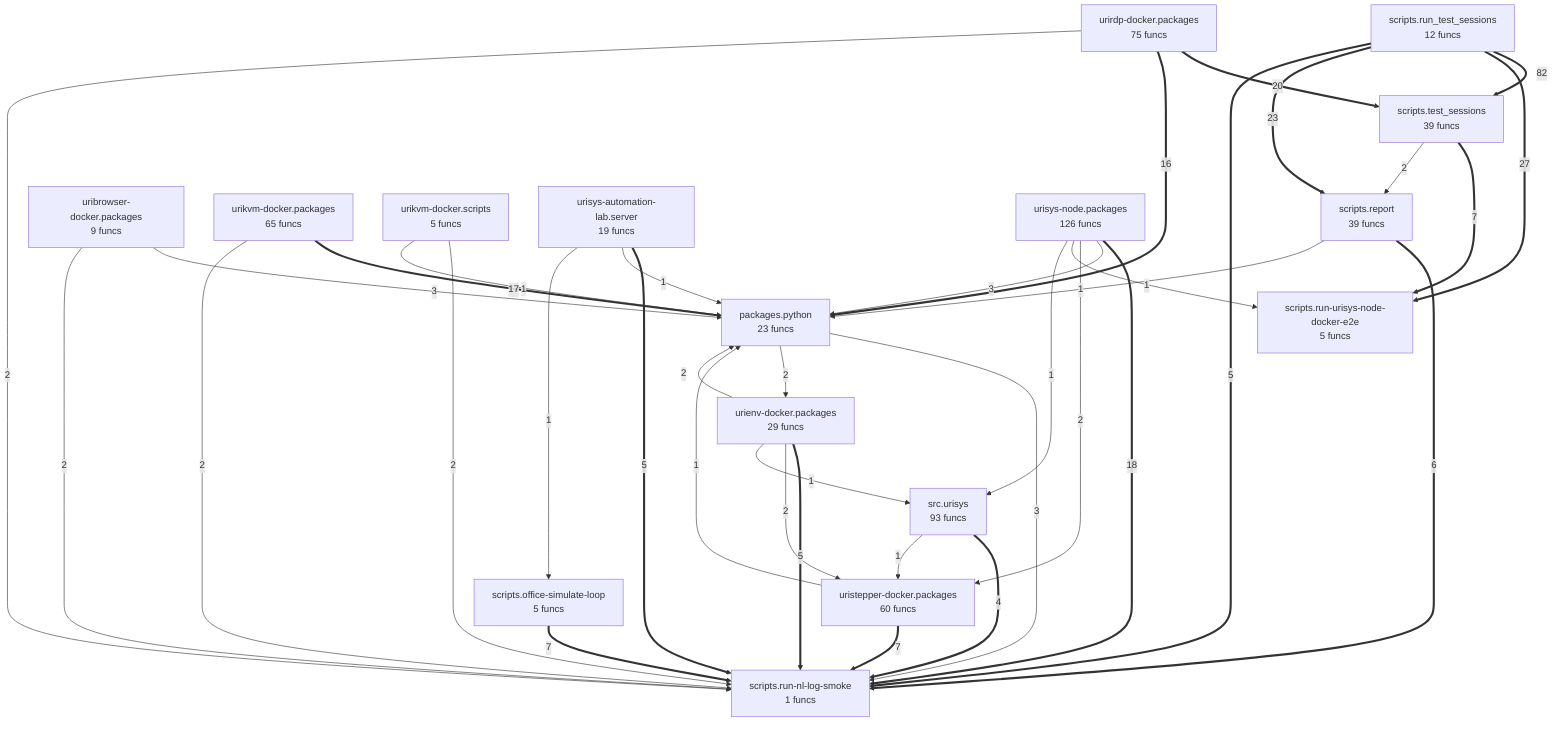
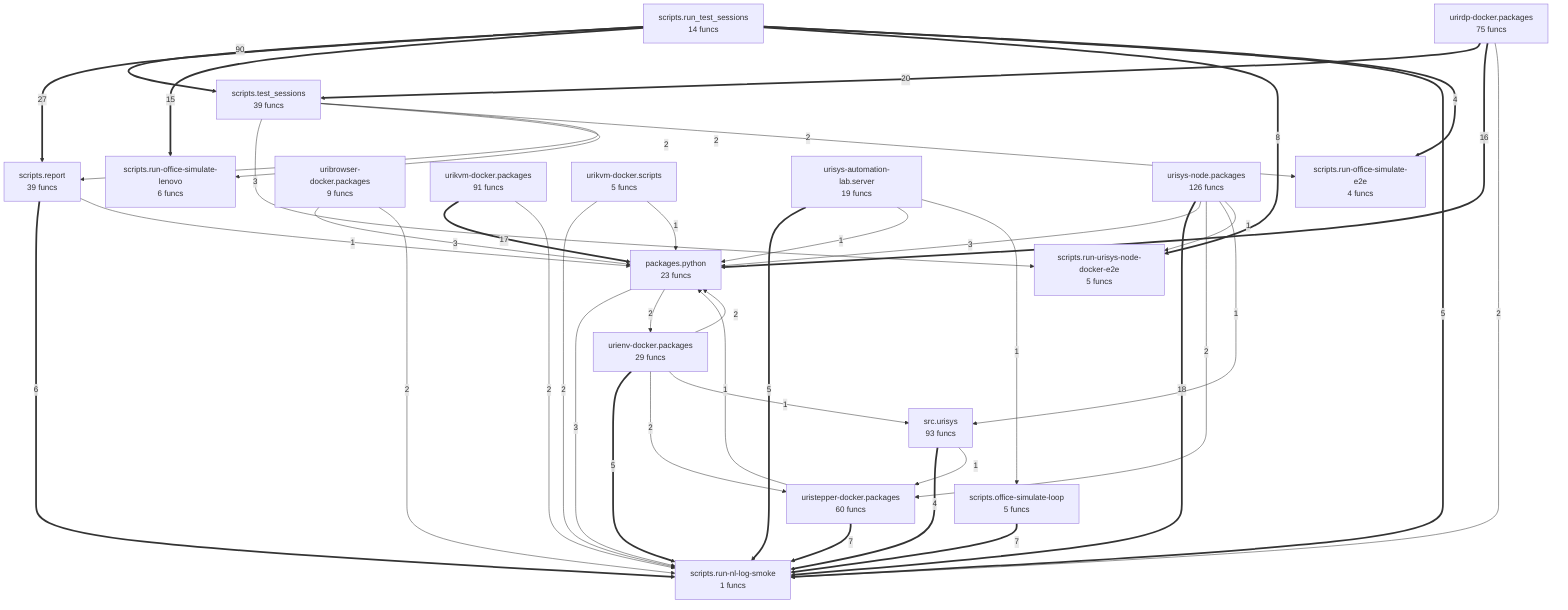
flowchart TD
%% generated in 0.02s
    packages__python["packages.python<br/>23 funcs"]
    scripts__office_simulate_loop["scripts.office-simulate-loop<br/>5 funcs"]
    scripts__report["scripts.report<br/>39 funcs"]
    scripts__run_nl_log_smoke["scripts.run-nl-log-smoke<br/>1 funcs"]
+     scripts__run_office_simulate_e2e["scripts.run-office-simulate-e2e<br/>4 funcs"]
+     scripts__run_office_simulate_lenovo["scripts.run-office-simulate-lenovo<br/>6 funcs"]
    scripts__run_urisys_node_docker_e2e["scripts.run-urisys-node-docker-e2e<br/>5 funcs"]
-     scripts__run_test_sessions["scripts.run_test_sessions<br/>12 funcs"]
+     scripts__run_test_sessions["scripts.run_test_sessions<br/>14 funcs"]
    scripts__test_sessions["scripts.test_sessions<br/>39 funcs"]
    src__urisys["src.urisys<br/>93 funcs"]
    uribrowser_docker__packages["uribrowser-docker.packages<br/>9 funcs"]
    urienv_docker__packages["urienv-docker.packages<br/>29 funcs"]
-     urikvm_docker__packages["urikvm-docker.packages<br/>65 funcs"]
+     urikvm_docker__packages["urikvm-docker.packages<br/>91 funcs"]
    urikvm_docker__scripts["urikvm-docker.scripts<br/>5 funcs"]
    urirdp_docker__packages["urirdp-docker.packages<br/>75 funcs"]
    uristepper_docker__packages["uristepper-docker.packages<br/>60 funcs"]
    urisys_automation_lab__server["urisys-automation-lab.server<br/>19 funcs"]
    urisys_node__packages["urisys-node.packages<br/>126 funcs"]
-     scripts__run_test_sessions ==>|82| scripts__test_sessions
-     scripts__run_test_sessions ==>|27| scripts__run_urisys_node_docker_e2e
-     scripts__run_test_sessions ==>|23| scripts__report
+     scripts__run_test_sessions ==>|90| scripts__test_sessions
+     scripts__run_test_sessions ==>|27| scripts__report
    urirdp_docker__packages ==>|20| scripts__test_sessions
    urisys_node__packages ==>|18| scripts__run_nl_log_smoke
    urikvm_docker__packages ==>|17| packages__python
    urirdp_docker__packages ==>|16| packages__python
+     scripts__run_test_sessions ==>|15| scripts__run_office_simulate_lenovo
+     scripts__run_test_sessions ==>|8| scripts__run_urisys_node_docker_e2e
    uristepper_docker__packages ==>|7| scripts__run_nl_log_smoke
    scripts__office_simulate_loop ==>|7| scripts__run_nl_log_smoke
-     scripts__test_sessions ==>|7| scripts__run_urisys_node_docker_e2e
    scripts__report ==>|6| scripts__run_nl_log_smoke
    urisys_automation_lab__server ==>|5| scripts__run_nl_log_smoke
    urienv_docker__packages ==>|5| scripts__run_nl_log_smoke
    scripts__run_test_sessions ==>|5| scripts__run_nl_log_smoke
    src__urisys ==>|4| scripts__run_nl_log_smoke
+     scripts__run_test_sessions ==>|4| scripts__run_office_simulate_e2e
    packages__python -->|3| scripts__run_nl_log_smoke
+     scripts__test_sessions -->|3| scripts__run_urisys_node_docker_e2e
    uribrowser_docker__packages -->|3| packages__python
    urisys_node__packages -->|3| packages__python
    packages__python -->|2| urienv_docker__packages
+     scripts__test_sessions -->|2| scripts__run_office_simulate_lenovo
    scripts__test_sessions -->|2| scripts__report
+     scripts__test_sessions -->|2| scripts__run_office_simulate_e2e
    urirdp_docker__packages -->|2| scripts__run_nl_log_smoke
    uribrowser_docker__packages -->|2| scripts__run_nl_log_smoke
    urikvm_docker__packages -->|2| scripts__run_nl_log_smoke
    urikvm_docker__scripts -->|2| scripts__run_nl_log_smoke
    urienv_docker__packages -->|2| uristepper_docker__packages
    urienv_docker__packages -->|2| packages__python
    urisys_node__packages -->|2| uristepper_docker__packages
+     src__urisys -->|1| uristepper_docker__packages
    uristepper_docker__packages -->|1| packages__python
    scripts__report -->|1| packages__python
    urikvm_docker__scripts -->|1| packages__python
    urisys_automation_lab__server -->|1| packages__python
    urisys_automation_lab__server -->|1| scripts__office_simulate_loop
    urienv_docker__packages -->|1| src__urisys
+     urisys_node__packages -->|1| src__urisys
    urisys_node__packages -->|1| scripts__run_urisys_node_docker_e2e
-     src__urisys -->|1| uristepper_docker__packages
-     urisys_node__packages -->|1| src__urisys
